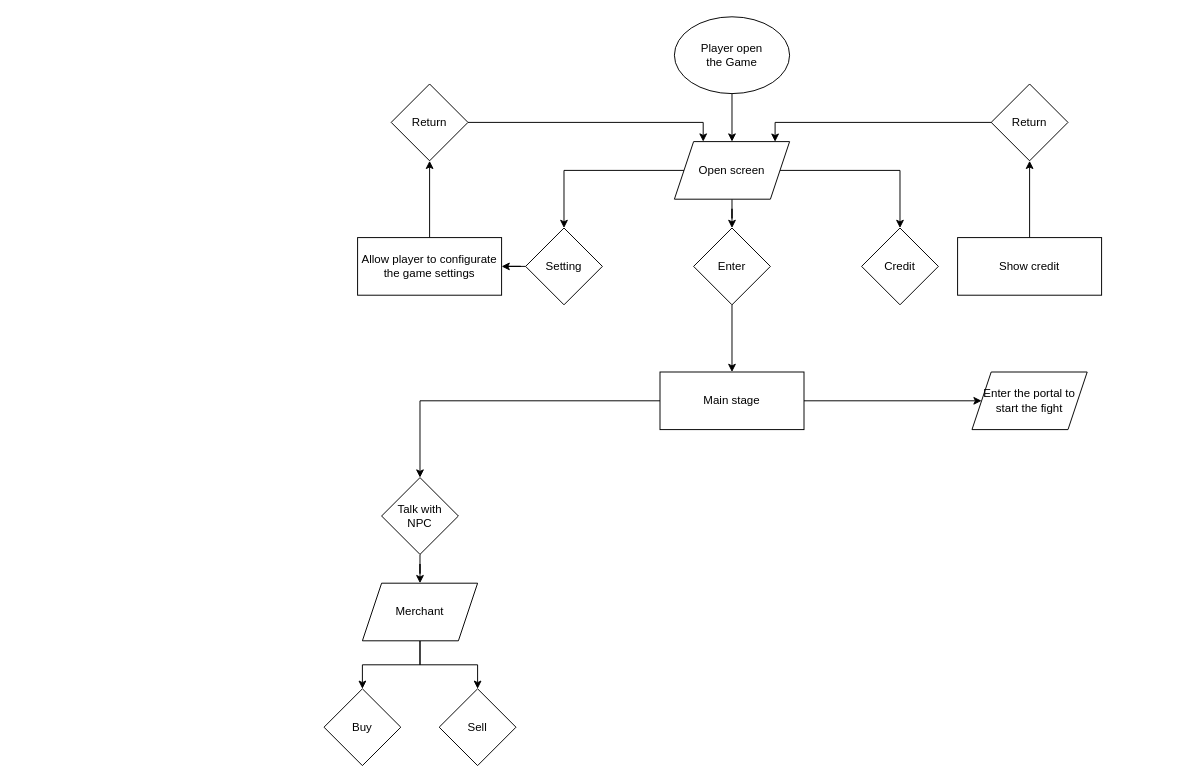
quanpham8899/Mobile-shooting-the-video-game keeps this draw.io diagram as page "Game-flowchart" (1 of 2) of Diagram/Mobile Shooting the video game.drawio. Above is the earlier version. Source tidied: cells renumbered, new cells numbered last; positions are measured from the earlier drawing's top-left corner, leaving out a move shared by most shapes. Both pictures are drawn from the tidied source at 96%, with x=0, y=0 at pixel (324, 16).
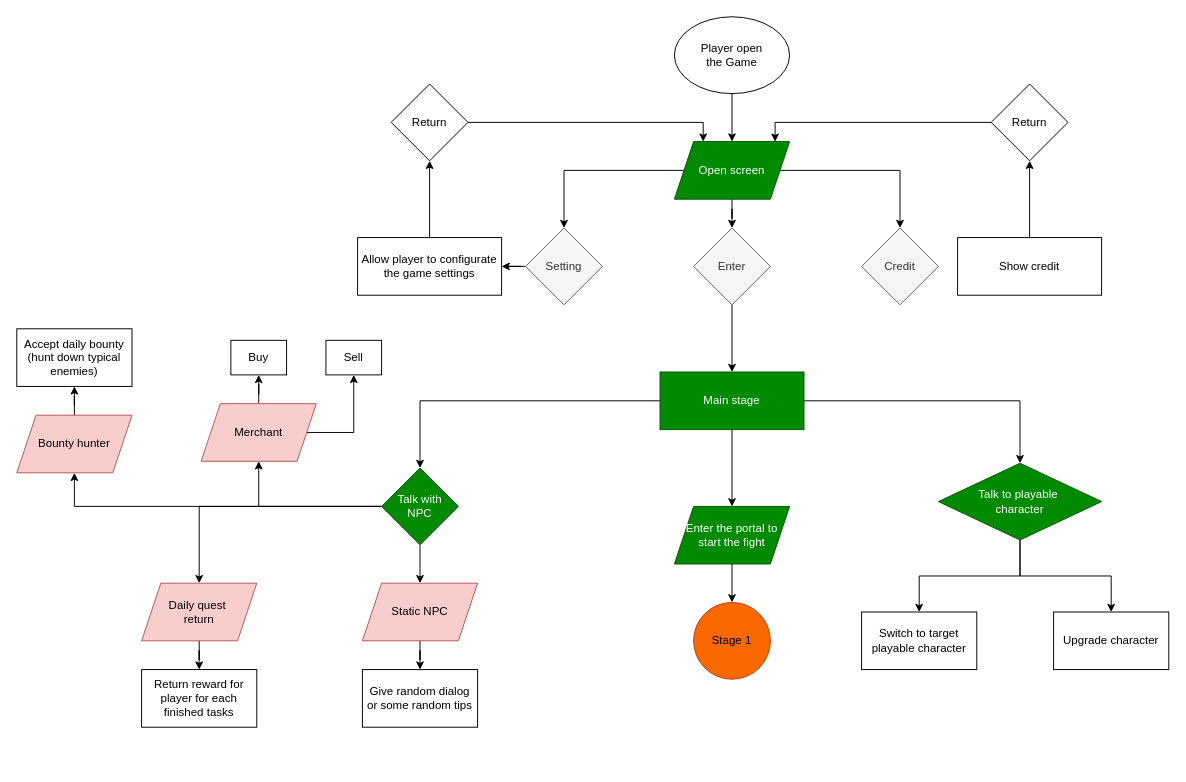
After the change.

Diff of the diagram source:
```diff
@@
-    <mxCell id="7" value="Open screen" style="shape=parallelogram;perimeter=parallelogramPerimeter;whiteSpace=wrap;html=1;fixedSize=1;" parent="1" vertex="1">
+    <mxCell id="7" value="Open screen" style="shape=parallelogram;perimeter=parallelogramPerimeter;whiteSpace=wrap;html=1;fixedSize=1;fillColor=#008a00;fontColor=#ffffff;strokeColor=#005700;" parent="1" vertex="1">
       <mxGeometry x="365" y="130" width="120" height="60" as="geometry" />
     </mxCell>
@@
-    <mxCell id="9" value="Enter" style="rhombus;whiteSpace=wrap;html=1;" parent="1" vertex="1">
+    <mxCell id="9" value="Enter" style="rhombus;whiteSpace=wrap;html=1;fillColor=#f5f5f5;fontColor=#333333;strokeColor=#666666;" parent="1" vertex="1">
       <mxGeometry x="385" y="220" width="80" height="80" as="geometry" />
     </mxCell>
@@
-    <mxCell id="11" value="Setting" style="rhombus;whiteSpace=wrap;html=1;" parent="1" vertex="1">
+    <mxCell id="11" value="Setting" style="rhombus;whiteSpace=wrap;html=1;fillColor=#f5f5f5;fontColor=#333333;strokeColor=#666666;" parent="1" vertex="1">
       <mxGeometry x="210" y="220" width="80" height="80" as="geometry" />
     </mxCell>
-    <mxCell id="12" value="Credit" style="rhombus;whiteSpace=wrap;html=1;" parent="1" vertex="1">
+    <mxCell id="12" value="Credit" style="rhombus;whiteSpace=wrap;html=1;fillColor=#f5f5f5;fontColor=#333333;strokeColor=#666666;" parent="1" vertex="1">
       <mxGeometry x="560" y="220" width="80" height="80" as="geometry" />
     </mxCell>
@@
+    <mxCell id="32" style="edgeStyle=orthogonalEdgeStyle;rounded=0;jettySize=auto;html=1;" parent="1" edge="1" source="23" target="50">
+      <mxGeometry relative="1" as="geometry" />
+    </mxCell>
-    <mxCell id="23" value="Main stage" style="rounded=0;whiteSpace=wrap;html=1;" parent="1" vertex="1">
+    <mxCell id="23" value="Main stage" style="rounded=0;whiteSpace=wrap;html=1;fillColor=#008a00;fontColor=#ffffff;strokeColor=#005700;" parent="1" vertex="1">
       <mxGeometry x="350" y="370" width="150" height="60" as="geometry" />
     </mxCell>
+    <mxCell id="33" style="edgeStyle=orthogonalEdgeStyle;rounded=0;jettySize=auto;html=1;" parent="1" edge="1" source="24" target="51">
+      <mxGeometry relative="1" as="geometry" />
+    </mxCell>
-    <mxCell id="24" value="Enter the portal to start the fight" style="shape=parallelogram;perimeter=parallelogramPerimeter;whiteSpace=wrap;html=1;fixedSize=1;" parent="1" vertex="1">
-      <mxGeometry x="675" y="370" width="120" height="60" as="geometry" />
+    <mxCell id="24" value="Enter the portal to start the fight" style="shape=parallelogram;perimeter=parallelogramPerimeter;whiteSpace=wrap;html=1;fixedSize=1;fillColor=#008a00;fontColor=#ffffff;strokeColor=#005700;" parent="1" vertex="1">
+      <mxGeometry x="365" y="510" width="120" height="60" as="geometry" />
     </mxCell>
@@
+    <mxCell id="34" style="edgeStyle=orthogonalEdgeStyle;rounded=0;jettySize=auto;html=1;" parent="1" edge="1" source="26" target="43">
+      <mxGeometry relative="1" as="geometry" />
+    </mxCell>
+    <mxCell id="35" style="edgeStyle=orthogonalEdgeStyle;rounded=0;jettySize=auto;html=1;entryX=0.5;entryY=1;entryDx=0;entryDy=0;" parent="1" edge="1" source="26" target="40">
+      <mxGeometry relative="1" as="geometry" />
+    </mxCell>
+    <mxCell id="36" style="edgeStyle=orthogonalEdgeStyle;rounded=0;jettySize=auto;html=1;" parent="1" edge="1" source="26" target="46">
+      <mxGeometry relative="1" as="geometry" />
+    </mxCell>
-    <mxCell id="26" value="Talk with &lt;br&gt;NPC" style="rhombus;whiteSpace=wrap;html=1;" parent="1" vertex="1">
-      <mxGeometry x="60" y="480" width="80" height="80" as="geometry" />
+    <mxCell id="26" value="Talk with &lt;br&gt;NPC" style="rhombus;whiteSpace=wrap;html=1;fillColor=#008a00;strokeColor=#005700;fontColor=#ffffff;" parent="1" vertex="1">
+      <mxGeometry x="60" y="470" width="80" height="80" as="geometry" />
     </mxCell>
@@
-    <mxCell id="29" value="Merchant" style="shape=parallelogram;perimeter=parallelogramPerimeter;whiteSpace=wrap;html=1;fixedSize=1;" parent="1" vertex="1">
-      <mxGeometry x="40" y="590" width="120" height="60" as="geometry" />
+    <mxCell id="29" value="Merchant" style="shape=parallelogram;perimeter=parallelogramPerimeter;whiteSpace=wrap;html=1;fixedSize=1;fillColor=#f8cecc;strokeColor=#b85450;" parent="1" vertex="1">
+      <mxGeometry x="-128" y="403" width="120" height="60" as="geometry" />
     </mxCell>
+    <mxCell id="37" value="Switch to target playable character" style="rounded=0;whiteSpace=wrap;html=1;" parent="1" vertex="1">
+      <mxGeometry x="560" y="620" width="120" height="60" as="geometry" />
+    </mxCell>
+    <mxCell id="38" value="Upgrade character" style="rounded=0;whiteSpace=wrap;html=1;" parent="1" vertex="1">
+      <mxGeometry x="760" y="620" width="120" height="60" as="geometry" />
+    </mxCell>
+    <mxCell id="39" style="edgeStyle=orthogonalEdgeStyle;rounded=0;jettySize=auto;html=1;" parent="1" edge="1" source="40" target="41">
+      <mxGeometry relative="1" as="geometry" />
+    </mxCell>
+    <mxCell id="40" value="Bounty hunter" style="shape=parallelogram;perimeter=parallelogramPerimeter;whiteSpace=wrap;html=1;fixedSize=1;fillColor=#f8cecc;strokeColor=#b85450;" parent="1" vertex="1">
+      <mxGeometry x="-320" y="415" width="120" height="60" as="geometry" />
+    </mxCell>
-    <mxCell id="30" value="Buy" style="rhombus;whiteSpace=wrap;html=1;" parent="1" vertex="1">
-      <mxGeometry y="700" width="80" height="80" as="geometry" />
+    <mxCell id="30" value="Buy" style="rounded=0;whiteSpace=wrap;html=1;" parent="1" vertex="1">
+      <mxGeometry x="-97" y="337" width="58" height="36" as="geometry" />
     </mxCell>
-    <mxCell id="31" value="Sell" style="rhombus;whiteSpace=wrap;html=1;" parent="1" vertex="1">
-      <mxGeometry x="120" y="700" width="80" height="80" as="geometry" />
+    <mxCell id="31" value="Sell" style="rounded=0;whiteSpace=wrap;html=1;" parent="1" vertex="1">
+      <mxGeometry x="2" y="337" width="58" height="36" as="geometry" />
     </mxCell>
+    <mxCell id="41" value="Accept daily bounty&lt;br&gt;(hunt down typical enemies)" style="rounded=0;whiteSpace=wrap;html=1;" parent="1" vertex="1">
+      <mxGeometry x="-320" y="325" width="120" height="60" as="geometry" />
+    </mxCell>
+    <mxCell id="42" style="edgeStyle=orthogonalEdgeStyle;rounded=0;jettySize=auto;html=1;" parent="1" edge="1" source="43" target="44">
+      <mxGeometry relative="1" as="geometry" />
+    </mxCell>
+    <mxCell id="43" value="Daily quest&amp;nbsp;&lt;div&gt;return&lt;/div&gt;" style="shape=parallelogram;perimeter=parallelogramPerimeter;whiteSpace=wrap;html=1;fixedSize=1;fillColor=#f8cecc;strokeColor=#b85450;" parent="1" vertex="1">
+      <mxGeometry x="-190" y="590" width="120" height="60" as="geometry" />
+    </mxCell>
+    <mxCell id="44" value="Return reward for player for each finished tasks" style="rounded=0;whiteSpace=wrap;html=1;" parent="1" vertex="1">
+      <mxGeometry x="-190" y="680" width="120" height="60" as="geometry" />
+    </mxCell>
+    <mxCell id="45" style="edgeStyle=orthogonalEdgeStyle;rounded=0;jettySize=auto;html=1;" parent="1" edge="1" source="46" target="47">
+      <mxGeometry relative="1" as="geometry" />
+    </mxCell>
+    <mxCell id="46" value="Static NPC" style="shape=parallelogram;perimeter=parallelogramPerimeter;whiteSpace=wrap;html=1;fixedSize=1;fillColor=#f8cecc;strokeColor=#b85450;" parent="1" vertex="1">
+      <mxGeometry x="40" y="590" width="120" height="60" as="geometry" />
+    </mxCell>
+    <mxCell id="47" value="Give random dialog or some random tips" style="rounded=0;whiteSpace=wrap;html=1;" parent="1" vertex="1">
+      <mxGeometry x="40" y="680" width="120" height="60" as="geometry" />
+    </mxCell>
+    <mxCell id="48" style="edgeStyle=orthogonalEdgeStyle;rounded=0;jettySize=auto;html=1;" parent="1" edge="1" source="50" target="37">
+      <mxGeometry relative="1" as="geometry" />
+    </mxCell>
+    <mxCell id="49" style="edgeStyle=orthogonalEdgeStyle;rounded=0;jettySize=auto;html=1;" parent="1" edge="1" source="50" target="38">
+      <mxGeometry relative="1" as="geometry" />
+    </mxCell>
+    <mxCell id="50" value="Talk to playable&amp;nbsp;&lt;div&gt;character&lt;/div&gt;" style="rhombus;whiteSpace=wrap;html=1;fillColor=#008a00;strokeColor=#005700;fontColor=#ffffff;" parent="1" vertex="1">
+      <mxGeometry x="640" y="465" width="170" height="80" as="geometry" />
+    </mxCell>
+    <mxCell id="51" value="Stage 1" style="ellipse;whiteSpace=wrap;html=1;fillColor=#fa6800;fontColor=#000000;strokeColor=#C73500;" parent="1" vertex="1">
+      <mxGeometry x="385" y="610" width="80" height="80" as="geometry" />
+    </mxCell>
```
